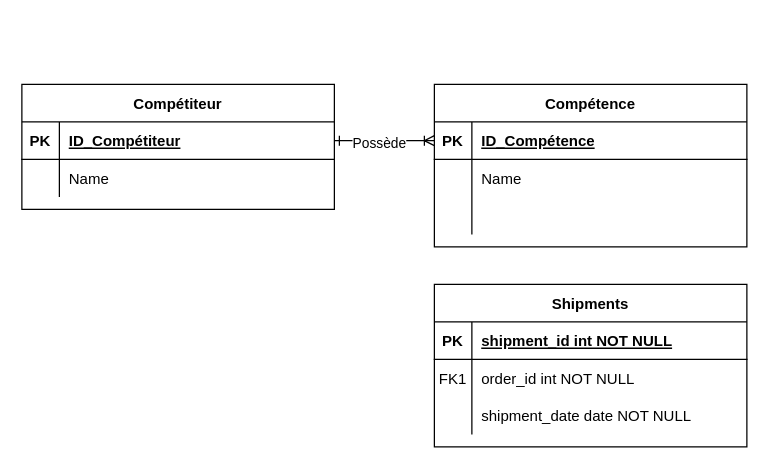
Earlier version of the draw.io diagram Diagramme 1.drawio (mbacc69005Branly/BTS2-CIEL-IR-MCD-2024-2025). Source tidied: cells renumbered, new cells numbered last; positions are measured from the earlier drawing's top-left corner, leaving out a move shared by most shapes. Both pictures are drawn from the tidied source at 125%, with x=0, y=0 at pixel (21, 84).
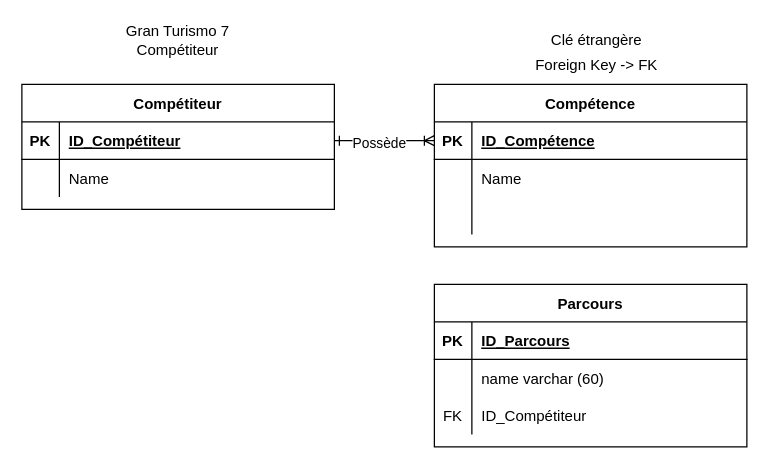
The same diagram, later.

Commit message:
Mettre à jour Diagramme 1.drawio

Unchanged cells that the change refers to:
```xml
<mxCell id="15" style="shape=partialRectangle;fillColor=none;top=0;left=0;right=0;bottom=1;" parent="14" vertex="1">
  <mxGeometry y="30" width="250" height="30" as="geometry" />
</mxCell>
<mxCell id="18" style="shape=partialRectangle;fillColor=none;top=0;left=0;right=0;bottom=0;" parent="14" vertex="1">
  <mxGeometry y="60" width="250" height="30" as="geometry" />
</mxCell>
<mxCell id="21" style="shape=partialRectangle;fillColor=none;top=0;left=0;right=0;bottom=0;" parent="14" vertex="1">
  <mxGeometry y="90" width="250" height="30" as="geometry" />
</mxCell>
```

What changed in the source:
```diff
@@
-    <mxCell id="14" value="Shipments" style="shape=table;startSize=30;childLayout=tableLayout;rowLines=0;fontStyle=1;align=center;" parent="1" vertex="1">
+    <mxCell id="14" value="Parcours" style="shape=table;startSize=30;childLayout=tableLayout;rowLines=0;fontStyle=1;align=center;" parent="1" vertex="1">
       <mxGeometry x="330" y="160" width="250" height="130" as="geometry" />
     </mxCell>
@@
-    <mxCell id="17" value="shipment_id int NOT NULL " style="shape=partialRectangle;overflow=hidden;fillColor=none;top=0;left=0;bottom=0;right=0;align=left;spacingLeft=6;fontStyle=5;" parent="15" vertex="1">
+    <mxCell id="17" value="ID_Parcours" style="shape=partialRectangle;overflow=hidden;fillColor=none;top=0;left=0;bottom=0;right=0;align=left;spacingLeft=6;fontStyle=5;" parent="15" vertex="1">
       <mxGeometry x="30" width="220" height="30" as="geometry" />
     </mxCell>
@@
-    <mxCell id="19" value="FK1" style="shape=partialRectangle;overflow=hidden;fillColor=none;top=0;left=0;bottom=0;right=0;" parent="18" vertex="1">
+    <mxCell id="19" style="shape=partialRectangle;overflow=hidden;fillColor=none;top=0;left=0;bottom=0;right=0;" parent="18" vertex="1">
       <mxGeometry width="30" height="30" as="geometry" />
     </mxCell>
-    <mxCell id="20" value="order_id int NOT NULL" style="shape=partialRectangle;overflow=hidden;fillColor=none;top=0;left=0;bottom=0;right=0;align=left;spacingLeft=6;" parent="18" vertex="1">
+    <mxCell id="20" value="name varchar (60)" style="shape=partialRectangle;overflow=hidden;fillColor=none;top=0;left=0;bottom=0;right=0;align=left;spacingLeft=6;" parent="18" vertex="1">
       <mxGeometry x="30" width="220" height="30" as="geometry" />
     </mxCell>
@@
-    <mxCell id="22" style="shape=partialRectangle;overflow=hidden;fillColor=none;top=0;left=0;bottom=0;right=0;" parent="21" vertex="1">
+    <mxCell id="22" value="FK" style="shape=partialRectangle;overflow=hidden;fillColor=none;top=0;left=0;bottom=0;right=0;" parent="21" vertex="1">
       <mxGeometry width="30" height="30" as="geometry" />
     </mxCell>
-    <mxCell id="23" value="shipment_date date NOT NULL" style="shape=partialRectangle;overflow=hidden;fillColor=none;top=0;left=0;bottom=0;right=0;align=left;spacingLeft=6;" parent="21" vertex="1">
+    <mxCell id="23" value="ID_Compétiteur" style="shape=partialRectangle;overflow=hidden;fillColor=none;top=0;left=0;bottom=0;right=0;align=left;spacingLeft=6;" parent="21" vertex="1">
       <mxGeometry x="30" width="220" height="30" as="geometry" />
     </mxCell>
@@
+    <mxCell id="31" value="Clé étrangère" style="text;html=1;align=center;verticalAlign=middle;whiteSpace=wrap;rounded=0;" parent="1" vertex="1">
+      <mxGeometry x="370" y="-50" width="180" height="30" as="geometry" />
+    </mxCell>
+    <mxCell id="32" value="Foreign Key -&amp;gt; FK" style="text;html=1;align=center;verticalAlign=middle;whiteSpace=wrap;rounded=0;" parent="1" vertex="1">
+      <mxGeometry x="370" y="-30" width="180" height="30" as="geometry" />
+    </mxCell>
+    <mxCell id="33" value="Gran Turismo 7&lt;div&gt;Compétiteur&lt;/div&gt;" style="text;html=1;align=center;verticalAlign=middle;whiteSpace=wrap;rounded=0;" parent="1" vertex="1">
+      <mxGeometry x="45" y="-50" width="160" height="30" as="geometry" />
+    </mxCell>
```
